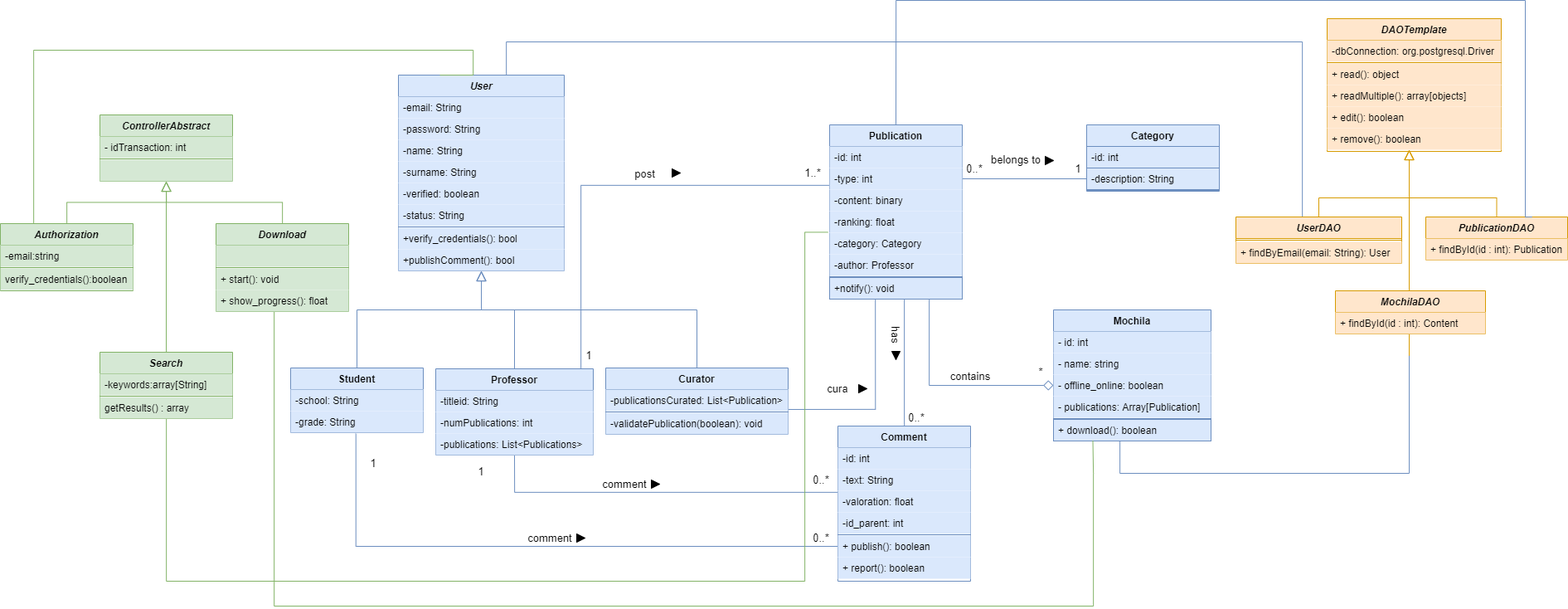
Above: ClassDiagram.png in osoman2/Diagrams (draw.io), before the change. Source tidied: cells renumbered, new cells last; positions are measured from the earlier drawing's top-left corner, leaving out a move shared by most shapes.
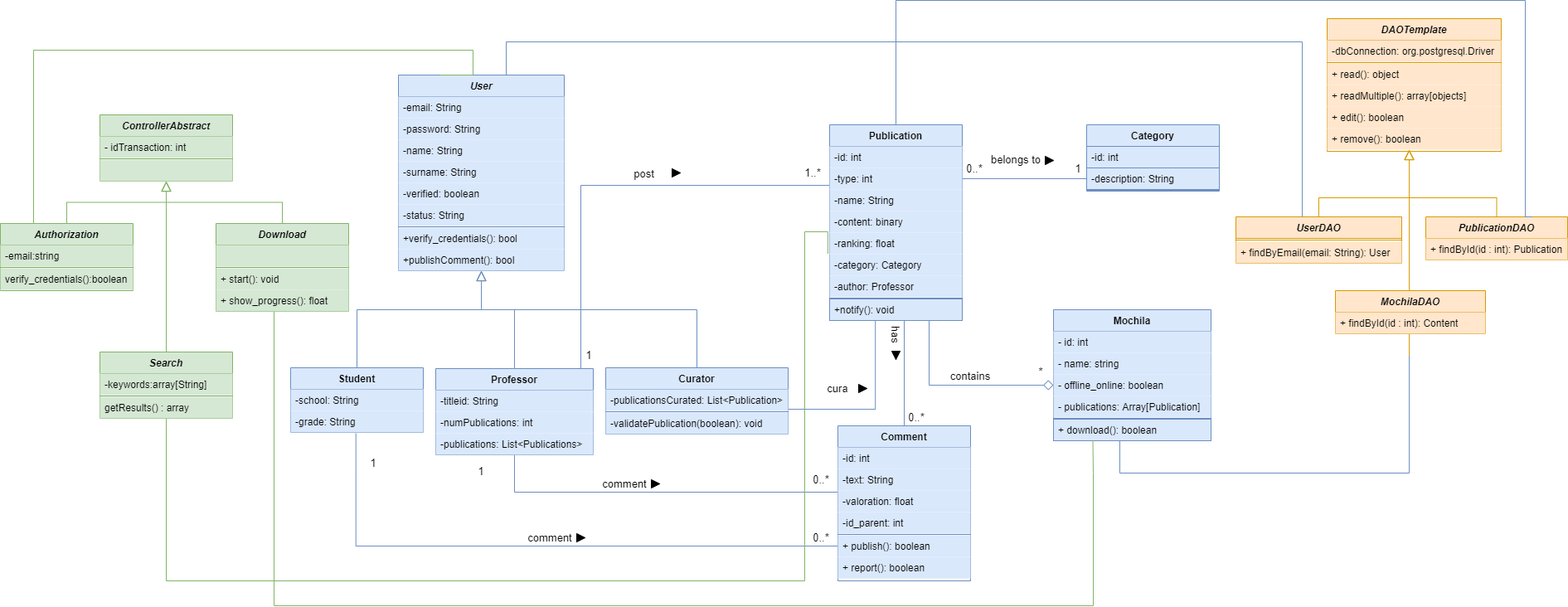
Above is the later version.

Diff of the diagram source:
```diff
@@ -210,7 +210,7 @@
       <mxGeometry x="1080" y="314" width="40" height="20" as="geometry" />
     </mxCell>
     <mxCell id="54" value="Publication" style="swimlane;fontStyle=1;align=center;verticalAlign=top;horizontal=1;startSize=26;rounded=0;shadow=0;strokeWidth=1;fillColor=#dae8fc;strokeColor=#6c8ebf;" parent="1" vertex="1">
-      <mxGeometry x="1000" y="150" width="160" height="210" as="geometry" />
+      <mxGeometry x="1000" y="150" width="160" height="236" as="geometry" />
     </mxCell>
     <mxCell id="55" value="-id: int" style="text;align=left;verticalAlign=top;spacingLeft=4;spacingRight=4;overflow=hidden;fillColor=#dae8fc;strokeColor=none;" parent="54" vertex="1">
       <mxGeometry y="26" width="160" height="26" as="geometry" />
@@ -218,23 +218,26 @@
     <mxCell id="56" value="-type: int" style="text;align=left;verticalAlign=top;spacingLeft=4;spacingRight=4;overflow=hidden;points=[[0,0.5],[1,0.5]];portConstraint=eastwest;rounded=0;shadow=0;html=0;fillColor=#dae8fc;strokeColor=none;" parent="54" vertex="1">
       <mxGeometry y="52" width="160" height="26" as="geometry" />
     </mxCell>
+    <mxCell id="130" value="-name: String" style="text;align=left;verticalAlign=top;spacingLeft=4;spacingRight=4;overflow=hidden;rounded=0;shadow=0;html=0;fillColor=#dae8fc;strokeColor=none;" parent="54" vertex="1">
+      <mxGeometry y="78" width="160" height="26" as="geometry" />
+    </mxCell>
     <mxCell id="57" value="-content: binary" style="text;align=left;verticalAlign=top;spacingLeft=4;spacingRight=4;overflow=hidden;rounded=0;shadow=0;html=0;fillColor=#dae8fc;strokeColor=none;" parent="54" vertex="1">
-      <mxGeometry y="78" width="160" height="26" as="geometry" />
+      <mxGeometry y="104" width="160" height="26" as="geometry" />
     </mxCell>
     <mxCell id="58" value="-ranking: float" style="text;align=left;verticalAlign=top;spacingLeft=4;spacingRight=4;overflow=hidden;points=[[0,0.5],[1,0.5]];portConstraint=eastwest;rounded=0;shadow=0;html=0;fillColor=#dae8fc;strokeColor=none;" parent="54" vertex="1">
-      <mxGeometry y="104" width="160" height="26" as="geometry" />
+      <mxGeometry y="130" width="160" height="26" as="geometry" />
     </mxCell>
     <mxCell id="59" value="-category: Category" style="text;align=left;verticalAlign=top;spacingLeft=4;spacingRight=4;overflow=hidden;rounded=0;shadow=0;html=0;fillColor=#dae8fc;strokeColor=none;" parent="54" vertex="1">
-      <mxGeometry y="130" width="160" height="26" as="geometry" />
+      <mxGeometry y="156" width="160" height="26" as="geometry" />
     </mxCell>
     <mxCell id="60" value="-author: Professor" style="text;align=left;verticalAlign=top;spacingLeft=4;spacingRight=4;overflow=hidden;rounded=0;shadow=0;html=0;fillColor=#dae8fc;strokeColor=none;" parent="54" vertex="1">
-      <mxGeometry y="156" width="160" height="26" as="geometry" />
+      <mxGeometry y="182" width="160" height="26" as="geometry" />
     </mxCell>
     <mxCell id="61" style="line;html=1;strokeWidth=1;align=left;verticalAlign=middle;spacingTop=-1;spacingLeft=3;spacingRight=3;labelPosition=right;fillColor=#dae8fc;strokeColor=#6c8ebf;" parent="54" vertex="1">
-      <mxGeometry y="182" width="160" height="2" as="geometry" />
+      <mxGeometry y="208" width="160" height="2" as="geometry" />
     </mxCell>
     <mxCell id="62" value="+notify(): void" style="text;align=left;verticalAlign=top;spacingLeft=4;spacingRight=4;overflow=hidden;points=[[0,0.5],[1,0.5]];portConstraint=eastwest;fillColor=#dae8fc;strokeColor=#6c8ebf;" parent="54" vertex="1">
-      <mxGeometry y="184" width="160" height="26" as="geometry" />
+      <mxGeometry y="210" width="160" height="26" as="geometry" />
     </mxCell>
     <mxCell id="63" style="edgeStyle=orthogonalEdgeStyle;rounded=0;jettySize=auto;html=1;exitX=0.5;exitY=0;exitDx=0;exitDy=0;entryX=0.5;entryY=0;entryDx=0;entryDy=0;endArrow=none;endFill=0;endSize=10;fillColor=#dae8fc;strokeColor=#6c8ebf;" parent="1" edge="1" source="23" target="114">
       <mxGeometry relative="1" as="geometry">
```
